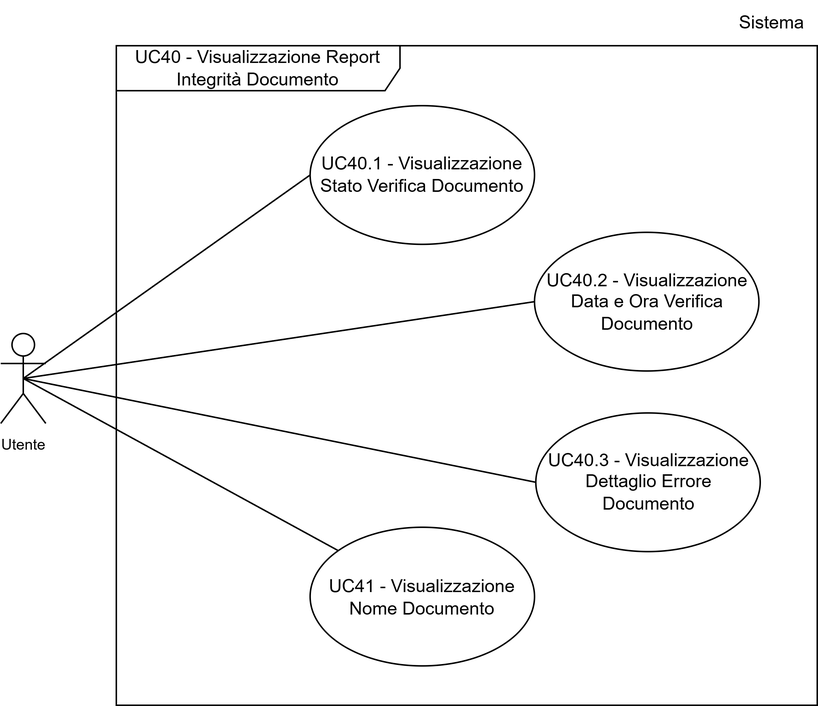
The draw.io diagram assets/uml/IncUC40.png in 7-ZPUs/Docs, before a commit. Source tidied: cells renumbered, new cells last; positions are measured from the earlier drawing's top-left corner, leaving out a move shared by most shapes.
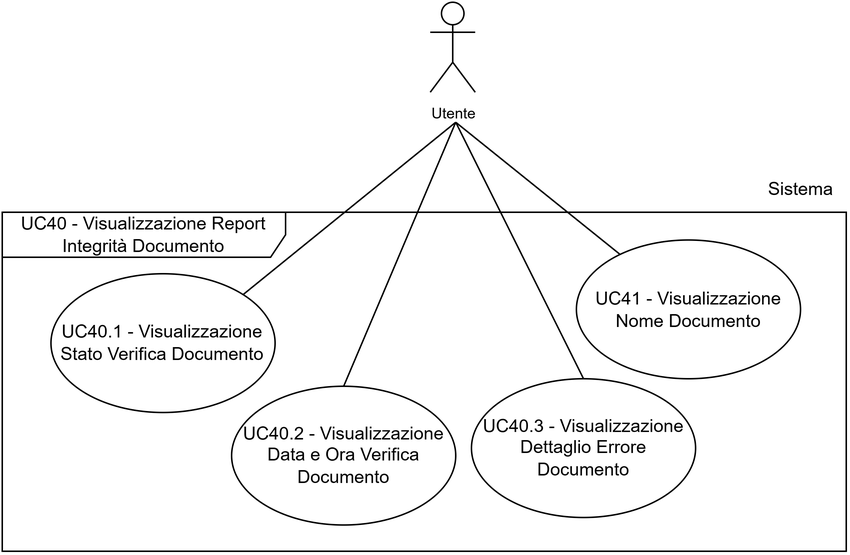
After the commit.

Diff of the diagram source:
```diff
@@ -3,37 +3,45 @@
     <mxCell id="0" />
     <mxCell id="1" parent="0" />
     <mxCell id="2" value="&lt;div&gt;UC40.1 - Visualizzazione Stato Verifica Documento&lt;br/&gt;&lt;/div&gt;" style="ellipse;whiteSpace=wrap;html=1;" parent="1" vertex="1">
-      <mxGeometry x="206.1" y="70" width="149.5" height="92.5" as="geometry" />
+      <mxGeometry x="925.5" y="-749" width="149.5" height="92.5" as="geometry" />
     </mxCell>
-    <mxCell id="3" style="rounded=0;jettySize=auto;html=1;entryX=0;entryY=0.5;entryDx=0;entryDy=0;strokeColor=default;endArrow=none;endFill=0;exitX=0.5;exitY=0.5;exitDx=0;exitDy=0;exitPerimeter=0;" parent="1" edge="1" source="11" target="2">
-      <mxGeometry relative="1" as="geometry" />
+    <mxCell id="3" style="rounded=0;jettySize=auto;html=1;entryX=1;entryY=0;entryDx=0;entryDy=0;strokeColor=default;endArrow=none;endFill=0;exitX=0.5;exitY=0.5;exitDx=0;exitDy=0;exitPerimeter=0;" parent="1" edge="1" target="2">
+      <mxGeometry relative="1" as="geometry">
+        <mxPoint x="1195.5" y="-850" as="sourcePoint" />
+      </mxGeometry>
     </mxCell>
     <mxCell id="4" value="UC40 - Visualizzazione Report Integrità Documento" style="shape=umlFrame;whiteSpace=wrap;html=1;width=189;height=30;" parent="1" vertex="1">
-      <mxGeometry x="77" y="30" width="467" height="440" as="geometry" />
+      <mxGeometry x="893" y="-790" width="563" height="226" as="geometry" />
     </mxCell>
     <mxCell id="5" value="&lt;div&gt; UC40.2 - Visualizzazione Data e Ora Verifica Documento&lt;/div&gt;" style="ellipse;whiteSpace=wrap;html=1;" parent="1" vertex="1">
-      <mxGeometry x="355.6" y="154.5" width="149.5" height="92.5" as="geometry" />
+      <mxGeometry x="1046" y="-674" width="149.5" height="92.5" as="geometry" />
     </mxCell>
-    <mxCell id="6" style="rounded=0;jettySize=auto;html=1;entryX=0;entryY=0.5;entryDx=0;entryDy=0;strokeColor=default;endArrow=none;endFill=0;exitX=0.5;exitY=0.5;exitDx=0;exitDy=0;exitPerimeter=0;" parent="1" edge="1" source="11" target="5">
-      <mxGeometry relative="1" as="geometry" />
+    <mxCell id="6" style="rounded=0;jettySize=auto;html=1;entryX=0.5;entryY=0;entryDx=0;entryDy=0;strokeColor=default;endArrow=none;endFill=0;exitX=0.5;exitY=0.5;exitDx=0;exitDy=0;exitPerimeter=0;" parent="1" edge="1" target="5">
+      <mxGeometry relative="1" as="geometry">
+        <mxPoint x="1195.5" y="-850" as="sourcePoint" />
+      </mxGeometry>
     </mxCell>
     <mxCell id="7" value="&lt;div&gt;UC40.3 - Visualizzazione Dettaglio Errore Documento&lt;/div&gt;" style="ellipse;whiteSpace=wrap;html=1;" parent="1" vertex="1">
-      <mxGeometry x="356.5" y="275" width="149.5" height="92.5" as="geometry" />
+      <mxGeometry x="1206" y="-679" width="149.5" height="92.5" as="geometry" />
     </mxCell>
-    <mxCell id="8" style="rounded=0;jettySize=auto;html=1;entryX=0;entryY=0.5;entryDx=0;entryDy=0;strokeColor=default;endArrow=none;endFill=0;exitX=0.5;exitY=0.5;exitDx=0;exitDy=0;exitPerimeter=0;" parent="1" edge="1" source="11" target="7">
-      <mxGeometry relative="1" as="geometry" />
+    <mxCell id="8" style="rounded=0;jettySize=auto;html=1;entryX=0.5;entryY=0;entryDx=0;entryDy=0;strokeColor=default;endArrow=none;endFill=0;exitX=0.5;exitY=0.5;exitDx=0;exitDy=0;exitPerimeter=0;" parent="1" edge="1" target="7">
+      <mxGeometry relative="1" as="geometry">
+        <mxPoint x="1195.5" y="-850" as="sourcePoint" />
+      </mxGeometry>
     </mxCell>
     <mxCell id="9" value="&lt;div&gt;UC41 - Visualizzazione Nome Documento&lt;/div&gt;" style="ellipse;whiteSpace=wrap;html=1;" parent="1" vertex="1">
-      <mxGeometry x="206.1" y="351.2" width="149.5" height="92.5" as="geometry" />
+      <mxGeometry x="1276" y="-771.5" width="149.5" height="92.5" as="geometry" />
     </mxCell>
-    <mxCell id="10" style="rounded=0;jettySize=auto;html=1;strokeColor=default;endArrow=none;endFill=0;exitX=0.5;exitY=0.5;exitDx=0;exitDy=0;exitPerimeter=0;" parent="1" edge="1" source="11" target="9">
-      <mxGeometry relative="1" as="geometry" />
+    <mxCell id="10" style="rounded=0;jettySize=auto;html=1;strokeColor=default;endArrow=none;endFill=0;exitX=0.5;exitY=0.5;exitDx=0;exitDy=0;exitPerimeter=0;" parent="1" edge="1" target="9">
+      <mxGeometry relative="1" as="geometry">
+        <mxPoint x="1195.5" y="-850" as="sourcePoint" />
+      </mxGeometry>
     </mxCell>
     <mxCell id="11" value="&lt;font style=&quot;font-size: 10px;&quot;&gt;Utente&lt;/font&gt;" style="shape=umlActor;verticalLabelPosition=bottom;verticalAlign=top;html=1;outlineConnect=0;" parent="1" vertex="1">
-      <mxGeometry y="222" width="30" height="60" as="geometry" />
+      <mxGeometry x="1178.5" y="-930" width="30" height="60" as="geometry" />
     </mxCell>
     <mxCell id="12" value="&lt;font style=&quot;font-size: 12px;&quot;&gt;Sistema&lt;/font&gt;" style="text;html=1;whiteSpace=wrap;strokeColor=none;fillColor=none;align=center;verticalAlign=middle;rounded=0;fontSize=10;" parent="1" vertex="1">
-      <mxGeometry x="484" width="60" height="30" as="geometry" />
+      <mxGeometry x="1395.5" y="-820" width="60" height="30" as="geometry" />
     </mxCell>
   </root>
 </mxGraphModel>
```
